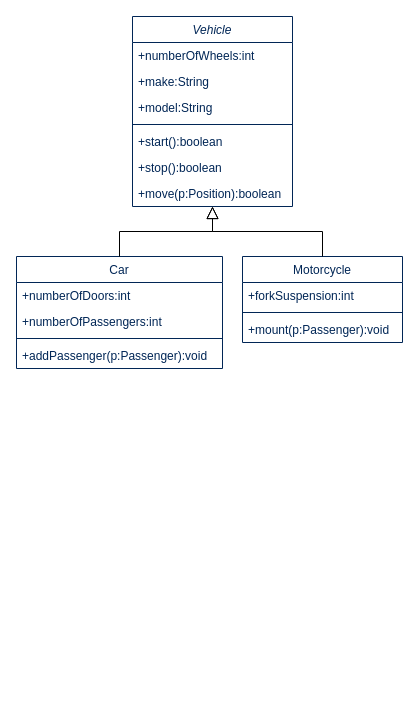
Above: vehicle-class.drawio in rahimi/software-engineering (draw.io), before the change. Source tidied: cells renumbered, new cells numbered last; positions are measured from the earlier drawing's top-left corner, leaving out a move shared by most shapes. Both pictures are drawn from the tidied source at 100%, with x=0, y=0 at pixel (16, 16).
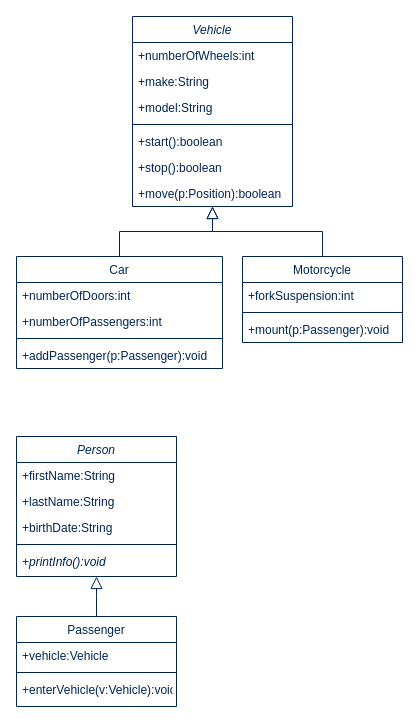
The same page after the edit.

Commit message:
adds person and passenger

Unchanged cells that the change refers to:
```xml
<mxCell id="2" value="Vehicle" style="swimlane;fontStyle=2;align=center;verticalAlign=top;horizontal=1;startSize=26;rounded=0;shadow=0;strokeWidth=1;fontFamily=TitilliumText25L;fontColor=#012656;strokeColor=#012656;" parent="1" vertex="1">
  <mxGeometry x="116" width="160" height="190" as="geometry" />
</mxCell>
<mxCell id="10" value="Car" style="swimlane;fontStyle=0;align=center;verticalAlign=top;horizontal=1;startSize=26;rounded=0;shadow=0;strokeWidth=1;fontFamily=TitilliumText25L;fontColor=#012656;strokeColor=#012656;" parent="1" vertex="1">
  <mxGeometry y="240" width="206" height="112" as="geometry" />
</mxCell>
<mxCell id="16" value="Motorcycle" style="swimlane;fontStyle=0;align=center;verticalAlign=top;horizontal=1;startSize=26;rounded=0;shadow=0;strokeWidth=1;fontFamily=TitilliumText25L;fontColor=#012656;strokeColor=#012656;" parent="1" vertex="1">
  <mxGeometry x="226" y="240" width="160" height="86" as="geometry" />
</mxCell>
```

Diff of the diagram source:
```diff
@@
+    <mxCell id="15" style="endArrow=block;endSize=10;endFill=0;shadow=0;strokeWidth=1;rounded=0;edgeStyle=elbowEdgeStyle;elbow=vertical;fontFamily=TitilliumText25L;fontColor=#012656;strokeColor=#012656;" parent="1" edge="1" source="10" target="2">
+      <mxGeometry relative="1" as="geometry" />
+    </mxCell>
+    <mxCell id="20" style="endArrow=block;endSize=10;endFill=0;shadow=0;strokeWidth=1;rounded=0;edgeStyle=elbowEdgeStyle;elbow=vertical;fontFamily=TitilliumText25L;fontColor=#012656;strokeColor=#012656;" parent="1" edge="1" source="16" target="2">
+      <mxGeometry relative="1" as="geometry" />
+    </mxCell>
@@
-    <mxCell id="15" style="endArrow=block;endSize=10;endFill=0;shadow=0;strokeWidth=1;rounded=0;edgeStyle=elbowEdgeStyle;elbow=vertical;fontFamily=TitilliumText25L;fontColor=#012656;" parent="1" edge="1" source="10" target="2">
-      <mxGeometry relative="1" as="geometry" />
-    </mxCell>
@@
-    <mxCell id="20" style="endArrow=block;endSize=10;endFill=0;shadow=0;strokeWidth=1;rounded=0;edgeStyle=elbowEdgeStyle;elbow=vertical;fontFamily=TitilliumText25L;fontColor=#012656;" parent="1" edge="1" source="16" target="2">
-      <mxGeometry relative="1" as="geometry" />
-    </mxCell>
+    <mxCell id="21" value="Person" style="swimlane;fontStyle=2;align=center;verticalAlign=top;horizontal=1;startSize=26;rounded=0;shadow=0;strokeWidth=1;fontFamily=TitilliumText25L;fontColor=#012656;strokeColor=#012656;" parent="1" vertex="1">
+      <mxGeometry y="420" width="160" height="140" as="geometry" />
+    </mxCell>
+    <mxCell id="22" value="+firstName:String" style="text;align=left;verticalAlign=top;spacingLeft=4;spacingRight=4;overflow=hidden;fontFamily=TitilliumText25L;fontColor=#012656;" parent="21" vertex="1">
+      <mxGeometry y="26" width="160" height="26" as="geometry" />
+    </mxCell>
+    <mxCell id="23" value="+lastName:String" style="text;align=left;verticalAlign=top;spacingLeft=4;spacingRight=4;overflow=hidden;rounded=0;shadow=0;html=0;fontFamily=TitilliumText25L;fontColor=#012656;" parent="21" vertex="1">
+      <mxGeometry y="52" width="160" height="26" as="geometry" />
+    </mxCell>
+    <mxCell id="24" value="+birthDate:String" style="text;align=left;verticalAlign=top;spacingLeft=4;spacingRight=4;overflow=hidden;rounded=0;shadow=0;html=0;fontFamily=TitilliumText25L;fontColor=#012656;" parent="21" vertex="1">
+      <mxGeometry y="78" width="160" height="26" as="geometry" />
+    </mxCell>
+    <mxCell id="25" style="line;html=1;strokeWidth=1;align=left;verticalAlign=middle;spacingTop=-1;spacingLeft=3;spacingRight=3;labelPosition=right;fontFamily=TitilliumText25L;fontColor=#012656;strokeColor=#012656;" parent="21" vertex="1">
+      <mxGeometry y="104" width="160" height="8" as="geometry" />
+    </mxCell>
+    <mxCell id="26" value="+printInfo():void" style="text;align=left;verticalAlign=top;spacingLeft=4;spacingRight=4;overflow=hidden;fontFamily=TitilliumText25L;fontColor=#012656;fontStyle=2;" parent="21" vertex="1">
+      <mxGeometry y="112" width="160" height="26" as="geometry" />
+    </mxCell>
+    <mxCell id="27" value="Passenger" style="swimlane;fontStyle=0;align=center;verticalAlign=top;horizontal=1;startSize=26;rounded=0;shadow=0;strokeWidth=1;fontFamily=TitilliumText25L;fontColor=#012656;strokeColor=#012656;" parent="1" vertex="1">
+      <mxGeometry y="600" width="160" height="90" as="geometry" />
+    </mxCell>
+    <mxCell id="28" value="+vehicle:Vehicle" style="text;align=left;verticalAlign=top;spacingLeft=4;spacingRight=4;overflow=hidden;fontFamily=TitilliumText25L;fontColor=#012656;" parent="27" vertex="1">
+      <mxGeometry y="26" width="160" height="26" as="geometry" />
+    </mxCell>
+    <mxCell id="29" style="line;html=1;strokeWidth=1;align=left;verticalAlign=middle;spacingTop=-1;spacingLeft=3;spacingRight=3;labelPosition=right;fontFamily=TitilliumText25L;fontColor=#012656;strokeColor=#012656;" parent="27" vertex="1">
+      <mxGeometry y="52" width="160" height="8" as="geometry" />
+    </mxCell>
+    <mxCell id="30" value="+enterVehicle(v:Vehicle):void" style="text;align=left;verticalAlign=top;spacingLeft=4;spacingRight=4;overflow=hidden;fontFamily=TitilliumText25L;fontColor=#012656;" parent="27" vertex="1">
+      <mxGeometry y="60" width="160" height="26" as="geometry" />
+    </mxCell>
+    <mxCell id="31" style="endArrow=block;endSize=10;endFill=0;shadow=0;strokeWidth=1;rounded=0;edgeStyle=elbowEdgeStyle;elbow=vertical;fontFamily=TitilliumText25L;fontColor=#012656;exitX=0.5;exitY=0;exitDx=0;exitDy=0;entryX=0.5;entryY=1;entryDx=0;entryDy=0;strokeColor=#012656;" parent="1" edge="1" source="27" target="21">
+      <mxGeometry relative="1" as="geometry" />
+    </mxCell>
```
